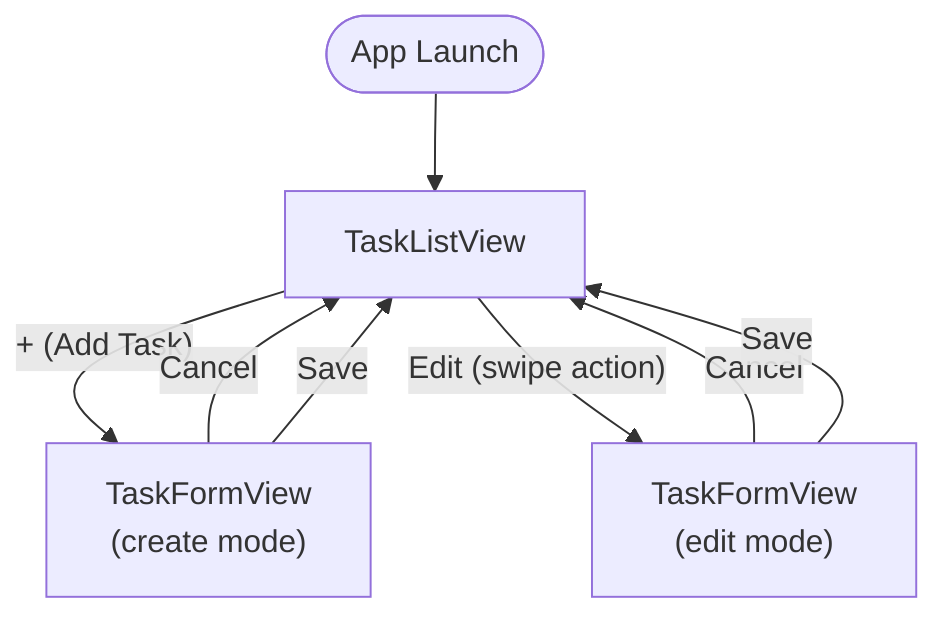
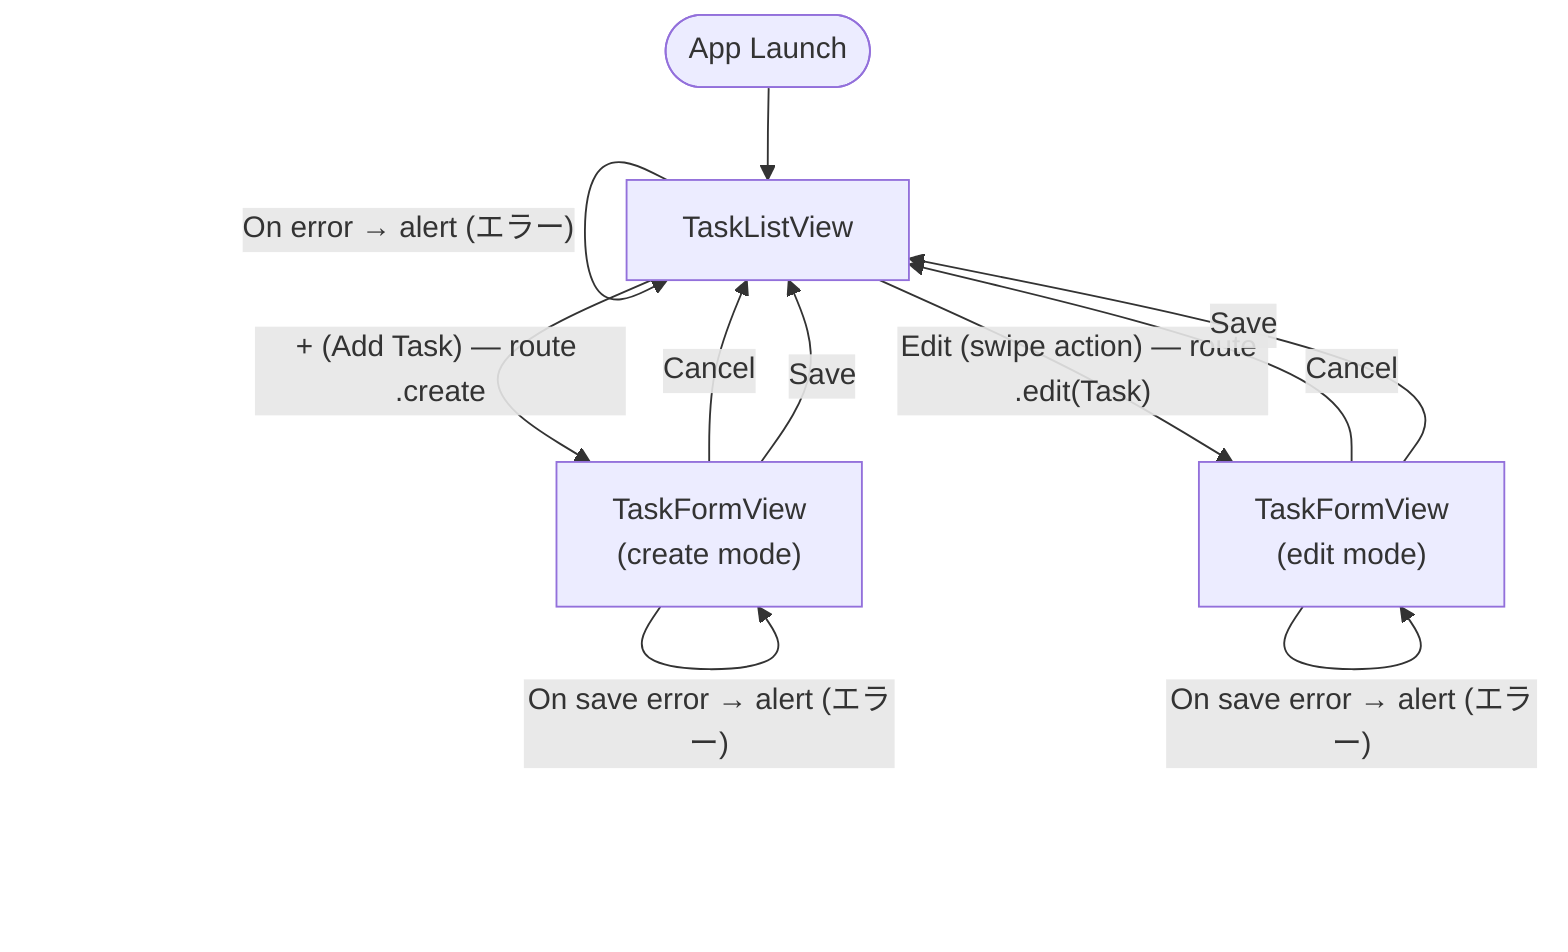
%%{init: {'theme': 'default'}}%%
flowchart TD
    Start([App Launch]) --> TaskListView

-     TaskListView -->|"+ (Add Task)"| TaskFormView_Create["TaskFormView\n(create mode)"]
-     TaskListView -->|"Edit (swipe action)"| TaskFormView_Edit["TaskFormView\n(edit mode)"]
+     TaskListView -->|"+ (Add Task) — route .create"| TaskFormView_Create["TaskFormView\n(create mode)"]
+     TaskListView -->|"Edit (swipe action) — route .edit(Task)"| TaskFormView_Edit["TaskFormView\n(edit mode)"]

    TaskFormView_Create -->|"Cancel"| TaskListView
    TaskFormView_Create -->|"Save"| TaskListView

    TaskFormView_Edit -->|"Cancel"| TaskListView
    TaskFormView_Edit -->|"Save"| TaskListView
+ 
+     %% In-screen actions (no screen transition)
+     TaskListView -->|"Row tap → complete task"| TaskListView
+     TaskListView -->|"Swipe → Delete"| TaskListView
+     TaskListView -->|"On error → alert (エラー)"| TaskListView
+ 
+     TaskFormView_Create -->|"On save error → alert (エラー)"| TaskFormView_Create
+     TaskFormView_Edit -->|"On save error → alert (エラー)"| TaskFormView_Edit
+ 
+ %% Notes:
+ %% - Both TaskFormView presentations are driven by a single .sheet(item:) bound to
+ %%   the private TaskFormRoute enum in TaskListView.swift (.create / .edit(Task)).
+ %% - Row tap completes the task in place (haptic + spring animation); it does not navigate.
+ %% - Swipe actions on a row expose Delete (destructive) and Edit.
+ %% - The エラー alerts are in-screen and dismiss back to the same screen via OK.
